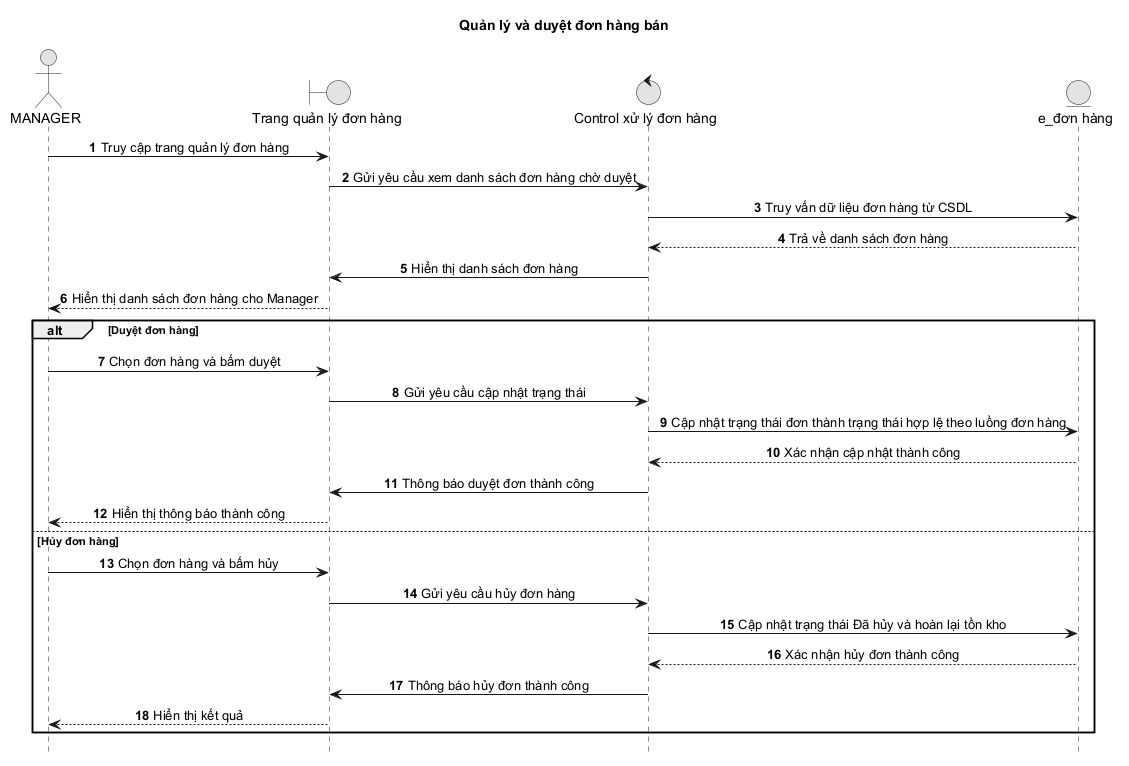
This is docs/diagrams/sequence-new/admin/09-sales-order-approval.png from duygri/do-an-htttdn-crm, a PlantUML export, as it was before one commit. Its diagram source:
```plantuml
@startuml
title Quản lý và duyệt đơn hàng bán

autonumber
hide footbox
skinparam monochrome true
skinparam sequenceMessageAlign center
skinparam responseMessageBelowArrow true
actor MANAGER as Manager
boundary "Trang quản lý đơn hàng" as Boundary
control "Control xử lý đơn hàng" as Control
entity "e_đơn hàng" as Entity

Manager -> Boundary: Truy cập trang quản lý đơn hàng
Boundary -> Control: Gửi yêu cầu xem danh sách đơn hàng chờ duyệt
Control -> Entity: Truy vấn dữ liệu đơn hàng từ CSDL
Entity --> Control: Trả về danh sách đơn hàng
Control -> Boundary: Hiển thị danh sách đơn hàng
Boundary --> Manager: Hiển thị danh sách đơn hàng cho Manager

alt Duyệt đơn hàng
  Manager -> Boundary: Chọn đơn hàng và bấm duyệt
  Boundary -> Control: Gửi yêu cầu cập nhật trạng thái
  Control -> Entity: Cập nhật trạng thái đơn thành trạng thái hợp lệ theo luồng đơn hàng
  Entity --> Control: Xác nhận cập nhật thành công
  Control -> Boundary: Thông báo duyệt đơn thành công
  Boundary --> Manager: Hiển thị thông báo thành công
else Hủy đơn hàng
  Manager -> Boundary: Chọn đơn hàng và bấm hủy
  Boundary -> Control: Gửi yêu cầu hủy đơn hàng
  Control -> Entity: Cập nhật trạng thái Đã hủy và hoàn lại tồn kho
  Entity --> Control: Xác nhận hủy đơn thành công
  Control -> Boundary: Thông báo hủy đơn thành công
  Boundary --> Manager: Hiển thị kết quả
end
@enduml
```
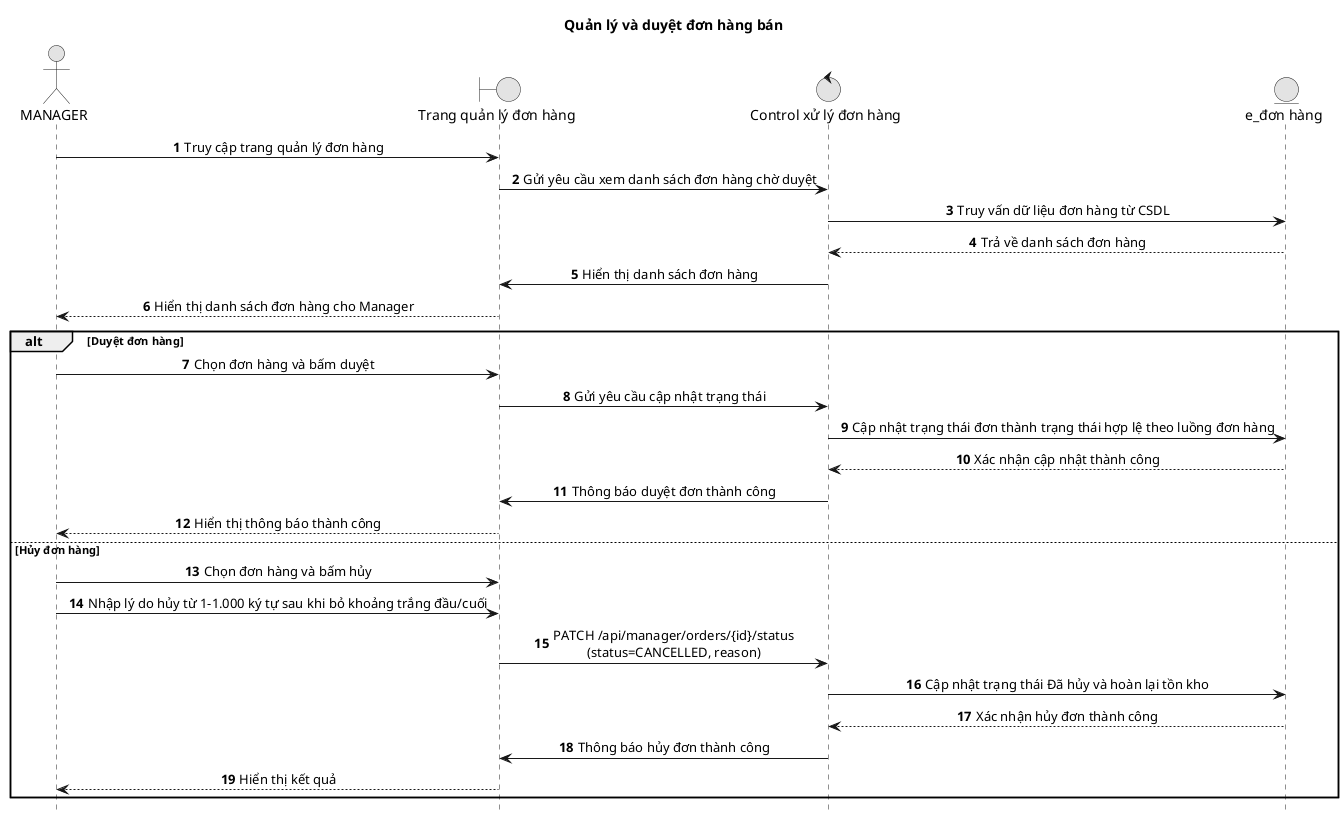
Later version of the same file.

Change to the diagram source:
```diff
@@ -27,7 +27,8 @@
   Boundary --> Manager: Hiển thị thông báo thành công
 else Hủy đơn hàng
   Manager -> Boundary: Chọn đơn hàng và bấm hủy
-  Boundary -> Control: Gửi yêu cầu hủy đơn hàng
+  Manager -> Boundary: Nhập lý do hủy từ 1-1.000 ký tự sau khi bỏ khoảng trắng đầu/cuối
+  Boundary -> Control: PATCH /api/manager/orders/{id}/status\n(status=CANCELLED, reason)
   Control -> Entity: Cập nhật trạng thái Đã hủy và hoàn lại tồn kho
   Entity --> Control: Xác nhận hủy đơn thành công
   Control -> Boundary: Thông báo hủy đơn thành công
```
